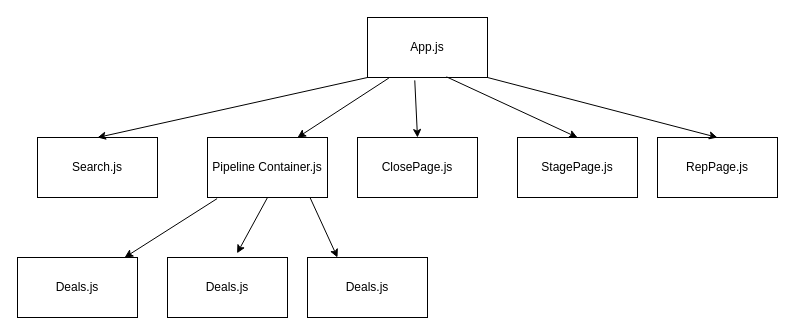
This is sales-forcasting/src/app.drawio from Alexisaacs18/salesForcasting, a draw.io file, before an edit. Source tidied: cells renumbered, new cells numbered last; positions are measured from the earlier drawing's top-left corner, leaving out a move shared by most shapes. Both pictures are drawn from the tidied source at 100%, with x=0, y=0 at pixel (17, 17).
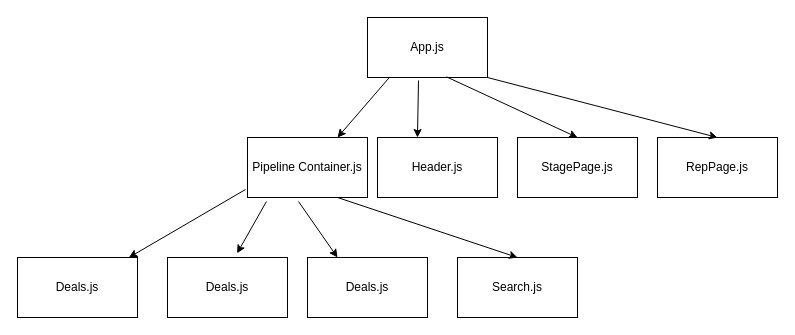
Above is the later version.

What changed in the source:
```diff
@@
 <mxGraphModel>
   <root>
     <mxCell id="0" />
     <mxCell id="1" parent="0" />
     <mxCell id="2" value="App.js" style="rounded=0;whiteSpace=wrap;html=1;" parent="1" vertex="1">
       <mxGeometry x="350" width="120" height="60" as="geometry" />
     </mxCell>
-    <mxCell id="3" value="ClosePage.js" style="rounded=0;whiteSpace=wrap;html=1;" parent="1" vertex="1">
-      <mxGeometry x="340" y="120" width="120" height="60" as="geometry" />
-    </mxCell>
     <mxCell id="4" value="StagePage.js" style="rounded=0;whiteSpace=wrap;html=1;" parent="1" vertex="1">
       <mxGeometry x="500" y="120" width="120" height="60" as="geometry" />
     </mxCell>
     <mxCell id="5" value="RepPage.js" style="rounded=0;whiteSpace=wrap;html=1;" parent="1" vertex="1">
       <mxGeometry x="640" y="120" width="120" height="60" as="geometry" />
     </mxCell>
     <mxCell id="6" value="Search.js" style="rounded=0;whiteSpace=wrap;html=1;" parent="1" vertex="1">
-      <mxGeometry x="20" y="120" width="120" height="60" as="geometry" />
+      <mxGeometry x="440" y="240" width="120" height="60" as="geometry" />
     </mxCell>
     <mxCell id="7" value="Pipeline Container.js" style="rounded=0;whiteSpace=wrap;html=1;" parent="1" vertex="1">
-      <mxGeometry x="190" y="120" width="120" height="60" as="geometry" />
+      <mxGeometry x="230" y="120" width="120" height="60" as="geometry" />
     </mxCell>
     <mxCell id="8" value="Deals.js" style="rounded=0;whiteSpace=wrap;html=1;" parent="1" vertex="1">
       <mxGeometry y="240" width="120" height="60" as="geometry" />
     </mxCell>
     <mxCell id="9" value="Deals.js" style="rounded=0;whiteSpace=wrap;html=1;" parent="1" vertex="1">
       <mxGeometry x="150" y="240" width="120" height="60" as="geometry" />
     </mxCell>
     <mxCell id="10" value="Deals.js" style="rounded=0;whiteSpace=wrap;html=1;" parent="1" vertex="1">
       <mxGeometry x="290" y="240" width="120" height="60" as="geometry" />
     </mxCell>
     <mxCell id="11" style="endArrow=classic;html=1;entryX=0.5;entryY=0;entryDx=0;entryDy=0;exitX=1;exitY=1;exitDx=0;exitDy=0;" parent="1" edge="1" source="2" target="5">
       <mxGeometry relative="1" as="geometry" />
     </mxCell>
     <mxCell id="12" style="endArrow=classic;html=1;entryX=0.5;entryY=0;entryDx=0;entryDy=0;exitX=0.658;exitY=0.989;exitDx=0;exitDy=0;exitPerimeter=0;" parent="1" edge="1" source="2" target="4">
       <mxGeometry relative="1" as="geometry" />
     </mxCell>
-    <mxCell id="13" style="endArrow=classic;html=1;exitX=0.394;exitY=1.048;exitDx=0;exitDy=0;exitPerimeter=0;entryX=0.5;entryY=0;entryDx=0;entryDy=0;" parent="1" edge="1" source="2" target="3">
-      <mxGeometry relative="1" as="geometry" />
-    </mxCell>
-    <mxCell id="14" style="endArrow=classic;html=1;exitX=0.854;exitY=0.999;exitDx=0;exitDy=0;exitPerimeter=0;entryX=0.25;entryY=0;entryDx=0;entryDy=0;" parent="1" edge="1" source="7" target="10">
+    <mxCell id="14" style="endArrow=classic;html=1;entryX=0.25;entryY=0;entryDx=0;entryDy=0;exitX=0.425;exitY=1.067;exitDx=0;exitDy=0;exitPerimeter=0;" parent="1" edge="1" source="7" target="10">
       <mxGeometry relative="1" as="geometry" />
     </mxCell>
-    <mxCell id="15" style="endArrow=classic;html=1;exitX=0.5;exitY=1;exitDx=0;exitDy=0;entryX=0.58;entryY=-0.07;entryDx=0;entryDy=0;entryPerimeter=0;" parent="1" edge="1" source="7" target="9">
+    <mxCell id="15" style="endArrow=classic;html=1;exitX=0.158;exitY=1.067;exitDx=0;exitDy=0;entryX=0.58;entryY=-0.07;entryDx=0;entryDy=0;entryPerimeter=0;exitPerimeter=0;" parent="1" edge="1" source="7" target="9">
       <mxGeometry relative="1" as="geometry" />
     </mxCell>
-    <mxCell id="16" style="endArrow=classic;html=1;exitX=0.08;exitY=1.019;exitDx=0;exitDy=0;exitPerimeter=0;" parent="1" edge="1" source="7" target="8">
+    <mxCell id="16" style="endArrow=classic;html=1;exitX=-0.017;exitY=0.867;exitDx=0;exitDy=0;exitPerimeter=0;" parent="1" edge="1" source="7" target="8">
       <mxGeometry relative="1" as="geometry" />
     </mxCell>
-    <mxCell id="17" style="endArrow=classic;html=1;exitX=0;exitY=1;exitDx=0;exitDy=0;entryX=0.5;entryY=0;entryDx=0;entryDy=0;" parent="1" edge="1" source="2" target="6">
+    <mxCell id="17" style="endArrow=classic;html=1;exitX=0.75;exitY=1;exitDx=0;exitDy=0;entryX=0.5;entryY=0;entryDx=0;entryDy=0;" parent="1" edge="1" source="7" target="6">
       <mxGeometry relative="1" as="geometry" />
     </mxCell>
     <mxCell id="18" style="endArrow=classic;html=1;exitX=0.178;exitY=1.009;exitDx=0;exitDy=0;entryX=0.75;entryY=0;entryDx=0;entryDy=0;exitPerimeter=0;" parent="1" edge="1" source="2" target="7">
       <mxGeometry relative="1" as="geometry" />
     </mxCell>
+    <mxCell id="19" value="Header.js" style="rounded=0;whiteSpace=wrap;html=1;" parent="1" vertex="1">
+      <mxGeometry x="360" y="120" width="120" height="60" as="geometry" />
+    </mxCell>
+    <mxCell id="20" style="endArrow=classic;html=1;exitX=0.425;exitY=1.05;exitDx=0;exitDy=0;exitPerimeter=0;entryX=0.333;entryY=0;entryDx=0;entryDy=0;entryPerimeter=0;" parent="1" edge="1" source="2" target="19">
+      <mxGeometry relative="1" as="geometry" />
+    </mxCell>
   </root>
 </mxGraphModel>
```
